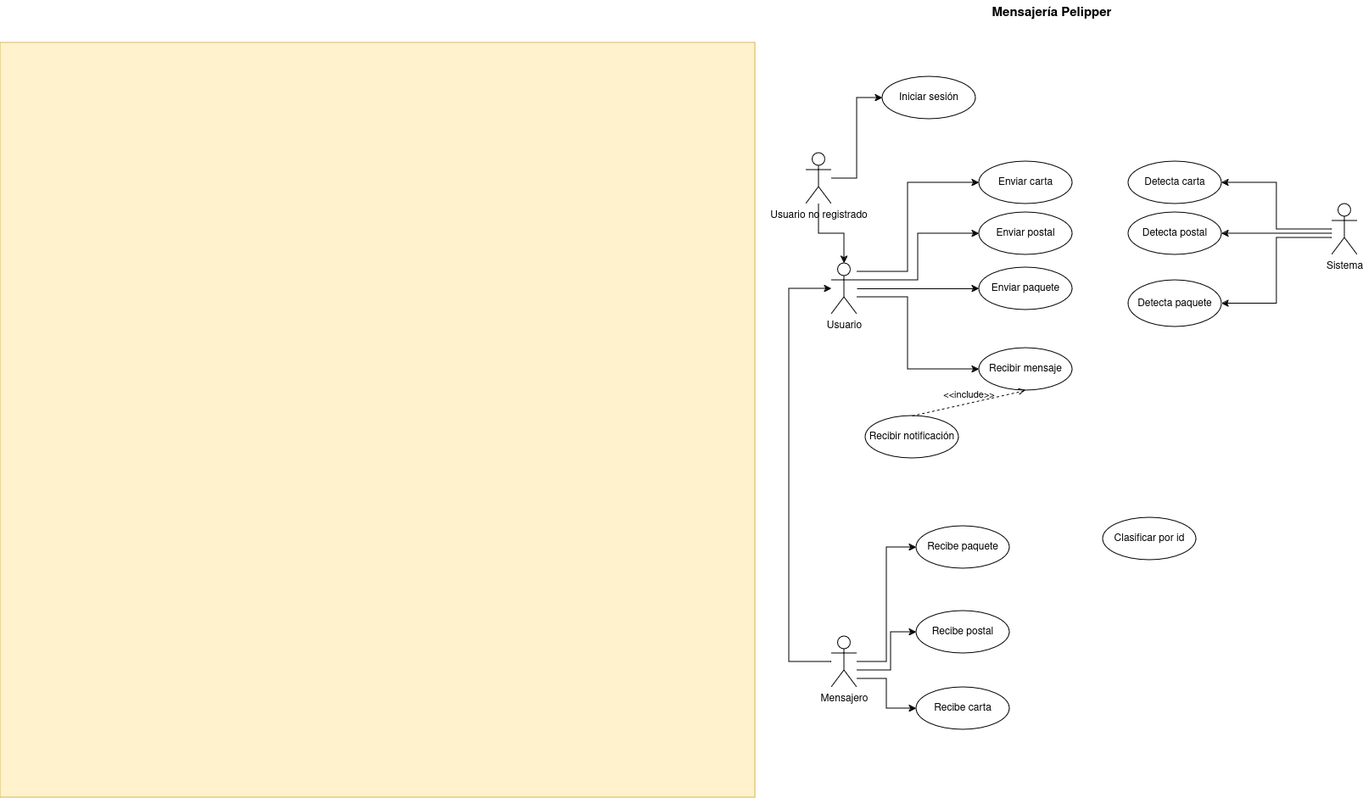
Above: DiagramaCasouso.drawio.png in Santyew/RecordVideoGG (draw.io), before the change. Source tidied: cells renumbered, new cells last; positions are measured from the earlier drawing's top-left corner, leaving out a move shared by most shapes.
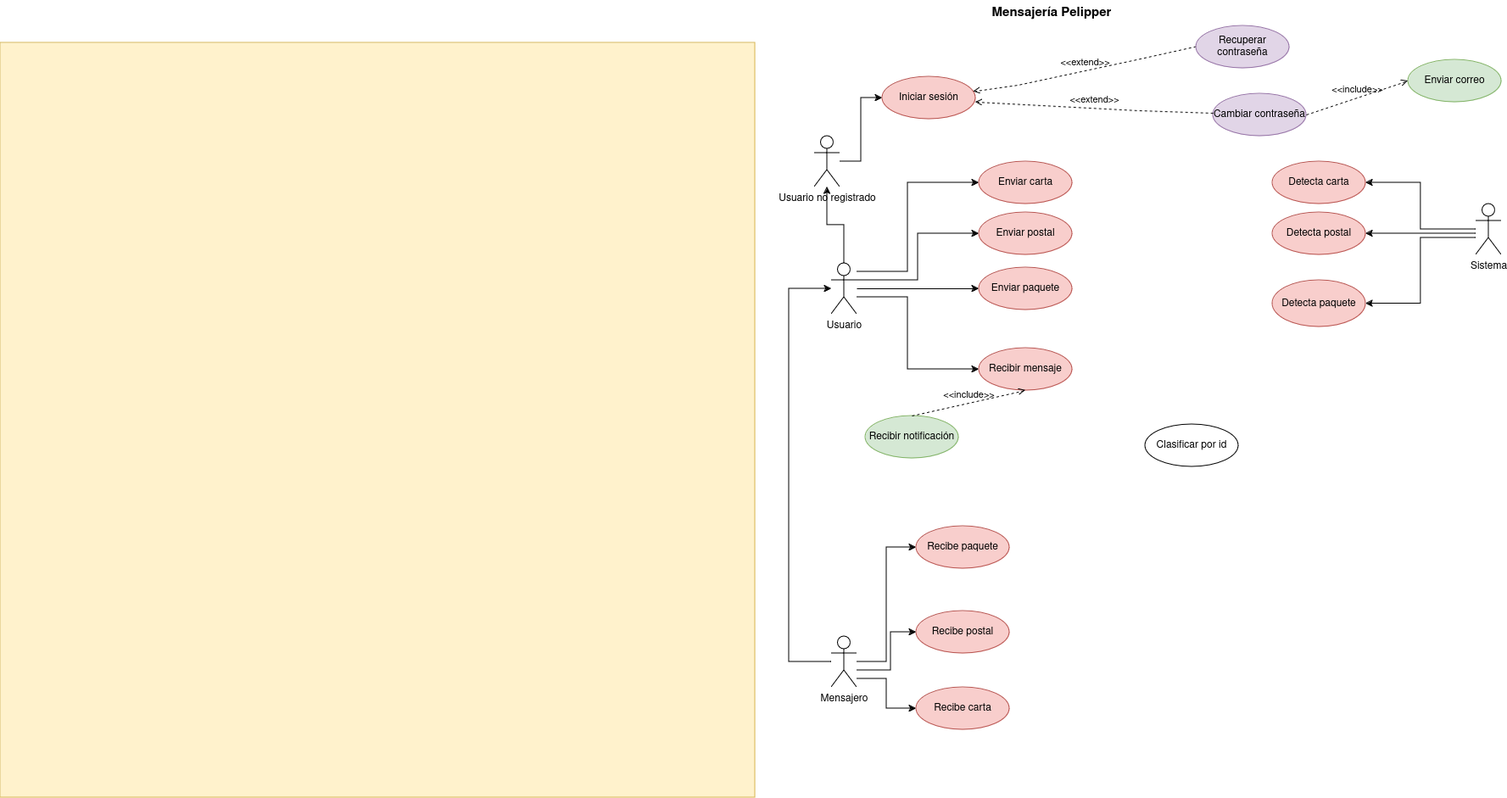
After the change.

Change to the diagram source:
```diff
@@ -41,41 +41,41 @@
     <mxCell id="9" style="edgeStyle=orthogonalEdgeStyle;rounded=0;jettySize=auto;html=1;entryX=1;entryY=0.5;entryDx=0;entryDy=0;" parent="1" edge="1" source="11" target="28">
       <mxGeometry relative="1" as="geometry">
         <Array as="points">
-          <mxPoint x="1540" y="275" />
-          <mxPoint x="1540" y="275" />
+          <mxPoint x="1710" y="275" />
+          <mxPoint x="1710" y="275" />
         </Array>
       </mxGeometry>
     </mxCell>
     <mxCell id="10" style="edgeStyle=orthogonalEdgeStyle;rounded=0;jettySize=auto;html=1;entryX=1;entryY=0.5;entryDx=0;entryDy=0;" parent="1" edge="1" source="11" target="29">
       <mxGeometry relative="1" as="geometry">
         <Array as="points">
-          <mxPoint x="1505" y="280" />
-          <mxPoint x="1505" y="358" />
+          <mxPoint x="1675" y="280" />
+          <mxPoint x="1675" y="358" />
         </Array>
       </mxGeometry>
     </mxCell>
     <mxCell id="11" value="&lt;div&gt;Sistema&lt;br&gt;&lt;/div&gt;&lt;div&gt;&lt;br&gt;&lt;/div&gt;" style="shape=umlActor;verticalLabelPosition=bottom;verticalAlign=top;html=1;outlineConnect=0;" parent="1" vertex="1">
-      <mxGeometry x="1570" y="240" width="30" height="60" as="geometry" />
+      <mxGeometry x="1740" y="240" width="30" height="60" as="geometry" />
     </mxCell>
-    <mxCell id="12" value="Enviar paquete" style="ellipse;whiteSpace=wrap;html=1;" parent="1" vertex="1">
+    <mxCell id="12" value="Enviar paquete" style="ellipse;whiteSpace=wrap;html=1;fillColor=#f8cecc;strokeColor=#b85450;" parent="1" vertex="1">
       <mxGeometry x="1154" y="315" width="110" height="50" as="geometry" />
     </mxCell>
-    <mxCell id="13" value="Recibir mensaje" style="ellipse;whiteSpace=wrap;html=1;" parent="1" vertex="1">
+    <mxCell id="13" value="Recibir mensaje" style="ellipse;whiteSpace=wrap;html=1;fillColor=#f8cecc;strokeColor=#b85450;" parent="1" vertex="1">
       <mxGeometry x="1154" y="410" width="110" height="50" as="geometry" />
     </mxCell>
-    <mxCell id="14" value="Recibe postal" style="ellipse;whiteSpace=wrap;html=1;" parent="1" vertex="1">
+    <mxCell id="14" value="Recibe postal" style="ellipse;whiteSpace=wrap;html=1;fillColor=#f8cecc;strokeColor=#b85450;" parent="1" vertex="1">
       <mxGeometry x="1080" y="720" width="110" height="50" as="geometry" />
     </mxCell>
-    <mxCell id="15" value="&lt;div&gt;Recibir notificación&lt;/div&gt;" style="ellipse;whiteSpace=wrap;html=1;" parent="1" vertex="1">
+    <mxCell id="15" value="&lt;div&gt;Recibir notificación&lt;/div&gt;" style="ellipse;whiteSpace=wrap;html=1;fillColor=#d5e8d4;strokeColor=#82b366;" parent="1" vertex="1">
       <mxGeometry x="1020" y="490" width="110" height="50" as="geometry" />
     </mxCell>
-    <mxCell id="16" value="Enviar postal" style="ellipse;whiteSpace=wrap;html=1;" parent="1" vertex="1">
+    <mxCell id="16" value="Enviar postal" style="ellipse;whiteSpace=wrap;html=1;fillColor=#f8cecc;strokeColor=#b85450;" parent="1" vertex="1">
       <mxGeometry x="1154" y="250" width="110" height="50" as="geometry" />
     </mxCell>
     <mxCell id="17" value="&amp;lt;&amp;lt;include&amp;gt;&amp;gt;" style="html=1;verticalAlign=bottom;labelBackgroundColor=none;endArrow=open;endFill=0;dashed=1;rounded=0;entryX=0.5;entryY=1;entryDx=0;entryDy=0;exitX=0.5;exitY=0;exitDx=0;exitDy=0;" parent="1" edge="1" source="15" target="13">
       <mxGeometry relative="1" as="geometry" />
     </mxCell>
-    <mxCell id="18" value="Enviar carta" style="ellipse;whiteSpace=wrap;html=1;" parent="1" vertex="1">
+    <mxCell id="18" value="Enviar carta" style="ellipse;whiteSpace=wrap;html=1;fillColor=#f8cecc;strokeColor=#b85450;" parent="1" vertex="1">
       <mxGeometry x="1154" y="190" width="110" height="50" as="geometry" />
     </mxCell>
     <mxCell id="19" style="edgeStyle=orthogonalEdgeStyle;rounded=0;jettySize=auto;html=1;" parent="1" edge="1" source="23" target="7">
@@ -111,35 +111,64 @@
     <mxCell id="24" value="&lt;b&gt;&lt;font style=&quot;font-size: 15px;&quot;&gt;Mensajería Pelipper&lt;/font&gt;&lt;/b&gt;" style="text;html=1;align=center;verticalAlign=middle;whiteSpace=wrap;rounded=0;" parent="1" vertex="1">
       <mxGeometry x="1130" width="220" height="30" as="geometry" />
     </mxCell>
-    <mxCell id="25" value="Recibe paquete" style="ellipse;whiteSpace=wrap;html=1;" parent="1" vertex="1">
+    <mxCell id="25" value="Recibe paquete" style="ellipse;whiteSpace=wrap;html=1;fillColor=#f8cecc;strokeColor=#b85450;" parent="1" vertex="1">
       <mxGeometry x="1080" y="620" width="110" height="50" as="geometry" />
     </mxCell>
-    <mxCell id="26" value="Detecta carta" style="ellipse;whiteSpace=wrap;html=1;" parent="1" vertex="1">
-      <mxGeometry x="1330" y="190" width="110" height="50" as="geometry" />
+    <mxCell id="26" value="Detecta carta" style="ellipse;whiteSpace=wrap;html=1;fillColor=#f8cecc;strokeColor=#b85450;" parent="1" vertex="1">
+      <mxGeometry x="1500" y="190" width="110" height="50" as="geometry" />
     </mxCell>
-    <mxCell id="27" value="&lt;div&gt;Recibe carta&lt;/div&gt;" style="ellipse;whiteSpace=wrap;html=1;" parent="1" vertex="1">
+    <mxCell id="27" value="&lt;div&gt;Recibe carta&lt;/div&gt;" style="ellipse;whiteSpace=wrap;html=1;fillColor=#f8cecc;strokeColor=#b85450;" parent="1" vertex="1">
       <mxGeometry x="1080" y="810" width="110" height="50" as="geometry" />
     </mxCell>
-    <mxCell id="28" value="Detecta postal" style="ellipse;whiteSpace=wrap;html=1;" parent="1" vertex="1">
-      <mxGeometry x="1330" y="250" width="110" height="50" as="geometry" />
+    <mxCell id="28" value="Detecta postal" style="ellipse;whiteSpace=wrap;html=1;fillColor=#f8cecc;strokeColor=#b85450;" parent="1" vertex="1">
+      <mxGeometry x="1500" y="250" width="110" height="50" as="geometry" />
     </mxCell>
-    <mxCell id="29" value="Detecta paquete" style="ellipse;whiteSpace=wrap;html=1;" parent="1" vertex="1">
-      <mxGeometry x="1330" y="330" width="110" height="55" as="geometry" />
+    <mxCell id="29" value="Detecta paquete" style="ellipse;whiteSpace=wrap;html=1;fillColor=#f8cecc;strokeColor=#b85450;" parent="1" vertex="1">
+      <mxGeometry x="1500" y="330" width="110" height="55" as="geometry" />
     </mxCell>
     <mxCell id="30" value="Clasificar por id" style="ellipse;whiteSpace=wrap;html=1;" parent="1" vertex="1">
-      <mxGeometry x="1300" y="610" width="110" height="50" as="geometry" />
+      <mxGeometry x="1350" y="500" width="110" height="50" as="geometry" />
     </mxCell>
     <mxCell id="31" style="edgeStyle=orthogonalEdgeStyle;rounded=0;jettySize=auto;html=1;entryX=0;entryY=0.5;entryDx=0;entryDy=0;" parent="1" edge="1" source="33" target="34">
       <mxGeometry relative="1" as="geometry" />
     </mxCell>
-    <mxCell id="32" style="edgeStyle=orthogonalEdgeStyle;rounded=0;jettySize=auto;html=1;" parent="1" edge="1" source="33" target="7">
+    <mxCell id="32" style="edgeStyle=orthogonalEdgeStyle;rounded=0;jettySize=auto;html=1;" parent="1" edge="1" source="7" target="33">
       <mxGeometry relative="1" as="geometry" />
     </mxCell>
     <mxCell id="33" value="&lt;div&gt;Usuario no registrado&lt;br&gt;&lt;/div&gt;&lt;div&gt;&lt;br&gt;&lt;/div&gt;" style="shape=umlActor;verticalLabelPosition=bottom;verticalAlign=top;html=1;outlineConnect=0;" parent="1" vertex="1">
-      <mxGeometry x="950" y="180" width="30" height="60" as="geometry" />
+      <mxGeometry x="960" y="160" width="30" height="60" as="geometry" />
     </mxCell>
-    <mxCell id="34" value="Iniciar sesión" style="ellipse;whiteSpace=wrap;html=1;" parent="1" vertex="1">
+    <mxCell id="34" value="Iniciar sesión" style="ellipse;whiteSpace=wrap;html=1;fillColor=#f8cecc;strokeColor=#b85450;" parent="1" vertex="1">
       <mxGeometry x="1040" y="90" width="110" height="50" as="geometry" />
     </mxCell>
+    <mxCell id="35" value="&amp;lt;&amp;lt;extend&amp;gt;&amp;gt;" style="html=1;verticalAlign=bottom;labelBackgroundColor=none;endArrow=open;endFill=0;dashed=1;rounded=0;" parent="1" edge="1" target="34">
+      <mxGeometry relative="1" as="geometry">
+        <mxPoint x="1410" y="54.5" as="sourcePoint" />
+        <Array as="points">
+          <mxPoint x="1340" y="70" />
+          <mxPoint x="1200" y="100" />
+        </Array>
+      </mxGeometry>
+    </mxCell>
+    <mxCell id="36" value="Recuperar contraseña" style="ellipse;whiteSpace=wrap;html=1;fillColor=#e1d5e7;strokeColor=#9673a6;" parent="1" vertex="1">
+      <mxGeometry x="1410" y="30" width="110" height="50" as="geometry" />
+    </mxCell>
+    <mxCell id="37" value="Cambiar contraseña" style="ellipse;whiteSpace=wrap;html=1;fillColor=#e1d5e7;strokeColor=#9673a6;" parent="1" vertex="1">
+      <mxGeometry x="1430" y="110" width="110" height="50" as="geometry" />
+    </mxCell>
+    <mxCell id="38" value="&amp;lt;&amp;lt;extend&amp;gt;&amp;gt;" style="html=1;verticalAlign=bottom;labelBackgroundColor=none;endArrow=open;endFill=0;dashed=1;rounded=0;" parent="1" edge="1" source="37">
+      <mxGeometry relative="1" as="geometry">
+        <mxPoint x="1150" y="120" as="targetPoint" />
+        <Array as="points">
+          <mxPoint x="1340" y="130" />
+        </Array>
+      </mxGeometry>
+    </mxCell>
+    <mxCell id="39" value="Enviar correo" style="ellipse;whiteSpace=wrap;html=1;fillColor=#d5e8d4;strokeColor=#82b366;" parent="1" vertex="1">
+      <mxGeometry x="1660" y="70" width="110" height="50" as="geometry" />
+    </mxCell>
+    <mxCell id="40" value="&amp;lt;&amp;lt;include&amp;gt;&amp;gt;" style="html=1;verticalAlign=bottom;labelBackgroundColor=none;endArrow=open;endFill=0;dashed=1;rounded=0;exitX=1;exitY=0.5;exitDx=0;exitDy=0;entryX=0;entryY=0.5;entryDx=0;entryDy=0;" parent="1" edge="1" source="37" target="39">
+      <mxGeometry relative="1" as="geometry" />
+    </mxCell>
   </root>
 </mxGraphModel>
```
